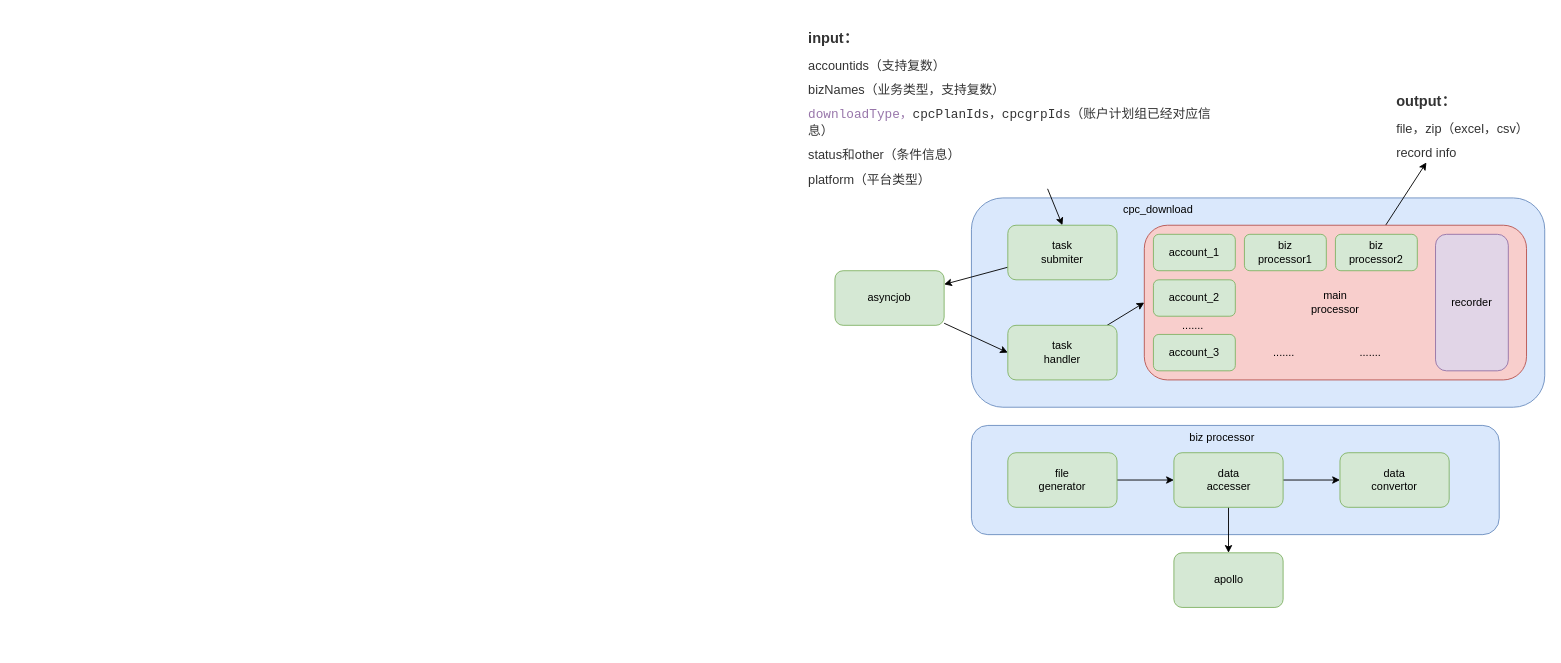
Before: 下载抽象模型.drawio in effyroth/drawio2, a draw.io diagram. Source tidied: cells renumbered, new cells numbered last; positions are measured from the earlier drawing's top-left corner, leaving out a move shared by most shapes. Both pictures are drawn from the tidied source at 91%, with x=0, y=0 at pixel (807, 15).
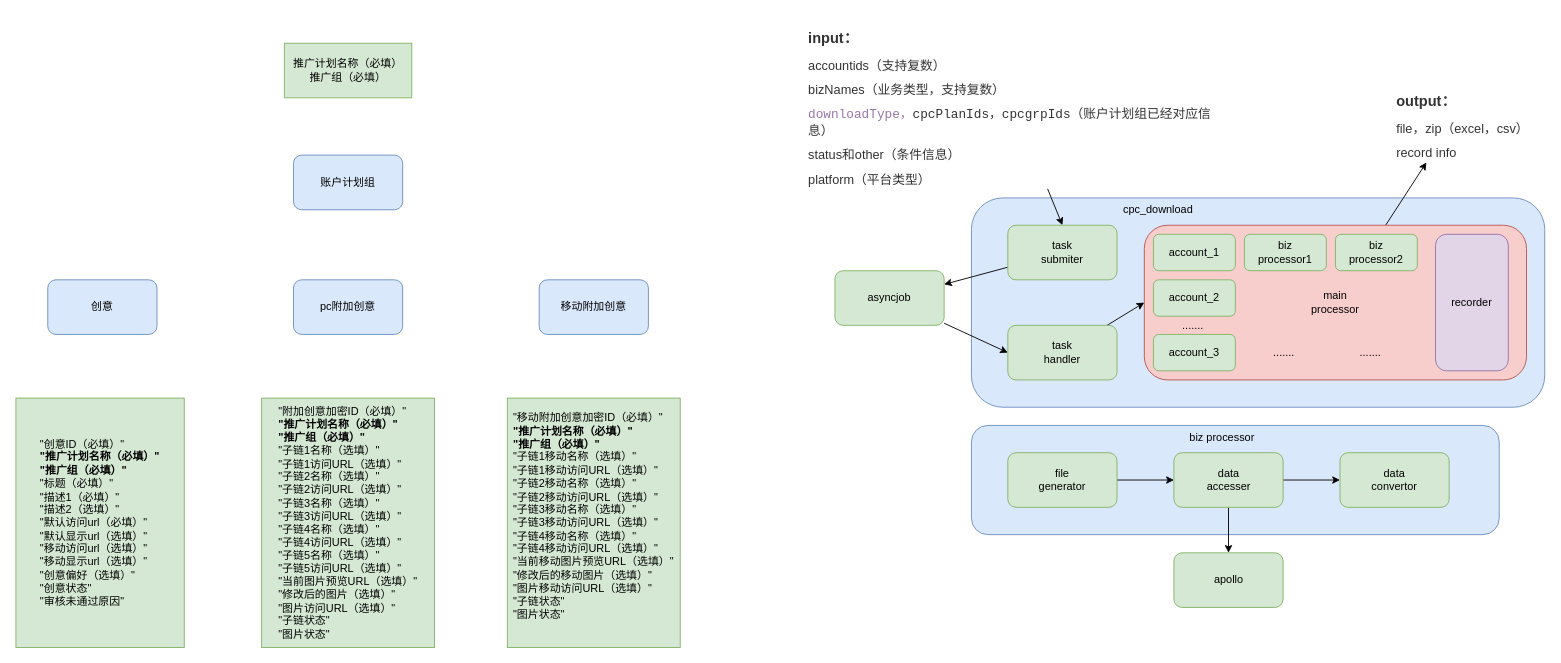
After the change.

Commit message:
Update 下载抽象模型.drawio

What changed in the source:
```diff
@@
+    <mxCell id="33" value="账户计划组" style="rounded=1;whiteSpace=wrap;html=1;fillColor=#dae8fc;strokeColor=#6c8ebf;" parent="1" vertex="1">
+      <mxGeometry x="-565" y="153" width="120" height="60" as="geometry" />
+    </mxCell>
+    <mxCell id="34" value="创意" style="rounded=1;whiteSpace=wrap;html=1;fillColor=#dae8fc;strokeColor=#6c8ebf;" parent="1" vertex="1">
+      <mxGeometry x="-835" y="290" width="120" height="60" as="geometry" />
+    </mxCell>
+    <mxCell id="35" value="pc附加创意" style="rounded=1;whiteSpace=wrap;html=1;fillColor=#dae8fc;strokeColor=#6c8ebf;" parent="1" vertex="1">
+      <mxGeometry x="-565" y="290" width="120" height="60" as="geometry" />
+    </mxCell>
+    <mxCell id="36" value="&lt;div&gt;推广计划名称（必填）&lt;/div&gt;&lt;div&gt;推广组（必填）&lt;/div&gt;" style="rounded=0;whiteSpace=wrap;html=1;fillColor=#d5e8d4;strokeColor=#82b366;" parent="1" vertex="1">
+      <mxGeometry x="-575" y="30" width="140" height="60" as="geometry" />
+    </mxCell>
+    <mxCell id="37" value="&lt;div style=&quot;text-align: left&quot;&gt;&lt;span style=&quot;white-space: nowrap&quot;&gt;&quot;创意ID（必填）&quot;&lt;/span&gt;&lt;/div&gt;&lt;div style=&quot;text-align: left&quot;&gt;&lt;span style=&quot;white-space: nowrap&quot;&gt;&lt;b&gt;&quot;推广计划名称（必填）&quot;&lt;/b&gt;&lt;/span&gt;&lt;/div&gt;&lt;div style=&quot;text-align: left&quot;&gt;&lt;span style=&quot;white-space: nowrap&quot;&gt;&lt;b&gt;&quot;推广组（必填）&quot;&lt;/b&gt;&lt;/span&gt;&lt;/div&gt;&lt;div style=&quot;text-align: left&quot;&gt;&lt;span style=&quot;white-space: nowrap&quot;&gt;&quot;标题（必填）&quot;&lt;/span&gt;&lt;/div&gt;&lt;div style=&quot;text-align: left&quot;&gt;&lt;span style=&quot;white-space: nowrap&quot;&gt;&quot;描述1（必填）&quot;&lt;/span&gt;&lt;/div&gt;&lt;div style=&quot;text-align: left&quot;&gt;&lt;span style=&quot;white-space: nowrap&quot;&gt;&quot;描述2（选填）&quot;&lt;/span&gt;&lt;/div&gt;&lt;div style=&quot;text-align: left&quot;&gt;&lt;span style=&quot;white-space: nowrap&quot;&gt;&quot;默认访问url（必填）&quot;&lt;/span&gt;&lt;/div&gt;&lt;div style=&quot;text-align: left&quot;&gt;&lt;span style=&quot;white-space: nowrap&quot;&gt;&quot;默认显示url（选填）&quot;&lt;/span&gt;&lt;/div&gt;&lt;div style=&quot;text-align: left&quot;&gt;&lt;span style=&quot;white-space: nowrap&quot;&gt;&quot;移动访问url（选填）&quot;&lt;/span&gt;&lt;/div&gt;&lt;div style=&quot;text-align: left&quot;&gt;&lt;span style=&quot;white-space: nowrap&quot;&gt;&quot;移动显示url（选填）&quot;&lt;/span&gt;&lt;/div&gt;&lt;div style=&quot;text-align: left&quot;&gt;&lt;span style=&quot;white-space: nowrap&quot;&gt;&quot;创意偏好（选填）&quot;&lt;/span&gt;&lt;/div&gt;&lt;div style=&quot;text-align: left&quot;&gt;&lt;span style=&quot;white-space: nowrap&quot;&gt;&quot;创意状态&quot;&lt;/span&gt;&lt;/div&gt;&lt;div style=&quot;text-align: left&quot;&gt;&lt;span style=&quot;white-space: nowrap&quot;&gt;&quot;审核未通过原因&quot;&lt;/span&gt;&lt;/div&gt;" style="rounded=0;whiteSpace=wrap;html=1;fillColor=#d5e8d4;strokeColor=#82b366;" parent="1" vertex="1">
+      <mxGeometry x="-870" y="420" width="185" height="274" as="geometry" />
+    </mxCell>
+    <mxCell id="38" value="&lt;div style=&quot;text-align: left&quot;&gt;&lt;span style=&quot;white-space: nowrap&quot;&gt;&quot;附加创意加密ID（必填）&quot;&lt;/span&gt;&lt;/div&gt;&lt;div style=&quot;text-align: left&quot;&gt;&lt;span style=&quot;white-space: nowrap&quot;&gt;&lt;b&gt;&quot;推广计划名称（必填）&quot;&lt;/b&gt;&lt;/span&gt;&lt;/div&gt;&lt;div style=&quot;text-align: left&quot;&gt;&lt;span style=&quot;white-space: nowrap&quot;&gt;&lt;b&gt;&quot;推广组（必填）&quot;&lt;/b&gt;&lt;/span&gt;&lt;/div&gt;&lt;div style=&quot;text-align: left&quot;&gt;&lt;span style=&quot;white-space: nowrap&quot;&gt;&quot;子链1名称（选填）&quot;&lt;/span&gt;&lt;/div&gt;&lt;div style=&quot;text-align: left&quot;&gt;&lt;span style=&quot;white-space: nowrap&quot;&gt;&quot;子链1访问URL（选填）&quot;&lt;/span&gt;&lt;/div&gt;&lt;div style=&quot;text-align: left&quot;&gt;&lt;span style=&quot;white-space: nowrap&quot;&gt;&quot;子链2名称（选填）&quot;&lt;/span&gt;&lt;/div&gt;&lt;div style=&quot;text-align: left&quot;&gt;&lt;span style=&quot;white-space: nowrap&quot;&gt;&quot;子链2访问URL（选填）&quot;&lt;/span&gt;&lt;/div&gt;&lt;div style=&quot;text-align: left&quot;&gt;&lt;span style=&quot;white-space: nowrap&quot;&gt;&quot;子链3名称（选填）&quot;&lt;/span&gt;&lt;/div&gt;&lt;div style=&quot;text-align: left&quot;&gt;&lt;span style=&quot;white-space: nowrap&quot;&gt;&quot;子链3访问URL（选填）&quot;&lt;/span&gt;&lt;/div&gt;&lt;div style=&quot;text-align: left&quot;&gt;&lt;span style=&quot;white-space: nowrap&quot;&gt;&quot;子链4名称（选填）&quot;&lt;/span&gt;&lt;/div&gt;&lt;div style=&quot;text-align: left&quot;&gt;&lt;span style=&quot;white-space: nowrap&quot;&gt;&quot;子链4访问URL（选填）&quot;&lt;/span&gt;&lt;/div&gt;&lt;div style=&quot;text-align: left&quot;&gt;&lt;span style=&quot;white-space: nowrap&quot;&gt;&quot;子链5名称（选填）&quot;&lt;/span&gt;&lt;/div&gt;&lt;div style=&quot;text-align: left&quot;&gt;&lt;span style=&quot;white-space: nowrap&quot;&gt;&quot;子链5访问URL（选填）&quot;&lt;/span&gt;&lt;/div&gt;&lt;div style=&quot;text-align: left&quot;&gt;&lt;span style=&quot;white-space: nowrap&quot;&gt;&quot;当前图片预览URL（选填）&quot;&lt;/span&gt;&lt;/div&gt;&lt;div style=&quot;text-align: left&quot;&gt;&lt;span style=&quot;white-space: nowrap&quot;&gt;&quot;修改后的图片（选填）&quot;&lt;/span&gt;&lt;/div&gt;&lt;div style=&quot;text-align: left&quot;&gt;&lt;span style=&quot;white-space: nowrap&quot;&gt;&quot;图片访问URL（选填）&quot;&lt;/span&gt;&lt;/div&gt;&lt;div style=&quot;text-align: left&quot;&gt;&lt;span style=&quot;white-space: nowrap&quot;&gt;&quot;子链状态&quot;&lt;/span&gt;&lt;/div&gt;&lt;div style=&quot;text-align: left&quot;&gt;&lt;span style=&quot;white-space: nowrap&quot;&gt;&quot;图片状态&quot;&lt;/span&gt;&lt;/div&gt;" style="rounded=0;whiteSpace=wrap;html=1;fillColor=#d5e8d4;strokeColor=#82b366;" parent="1" vertex="1">
+      <mxGeometry x="-600" y="420" width="190" height="274" as="geometry" />
+    </mxCell>
+    <mxCell id="39" value="&lt;div style=&quot;text-align: left&quot;&gt;&lt;div&gt;&quot;移动附加创意加密ID（必填）&quot;&lt;/div&gt;&lt;div&gt;&lt;b&gt;&quot;推广计划名称（必填）&quot;&lt;/b&gt;&lt;/div&gt;&lt;div&gt;&lt;b&gt;&quot;推广组（必填）&quot;&lt;/b&gt;&lt;/div&gt;&lt;div&gt;&quot;子链1移动名称（选填）&quot;&lt;/div&gt;&lt;div&gt;&quot;子链1移动访问URL（选填）&quot;&lt;/div&gt;&lt;div&gt;&quot;子链2移动名称（选填）&quot;&lt;/div&gt;&lt;div&gt;&quot;子链2移动访问URL（选填）&quot;&lt;/div&gt;&lt;div&gt;&quot;子链3移动名称（选填）&quot;&lt;/div&gt;&lt;div&gt;&quot;子链3移动访问URL（选填）&quot;&lt;/div&gt;&lt;div&gt;&quot;子链4移动名称（选填）&quot;&lt;/div&gt;&lt;div&gt;&quot;子链4移动访问URL（选填）&quot;&lt;/div&gt;&lt;div&gt;&quot;当前移动图片预览URL（选填）&quot;&lt;/div&gt;&lt;div&gt;&quot;修改后的移动图片（选填）&quot;&lt;/div&gt;&lt;div&gt;&quot;图片移动访问URL（选填）&quot;&lt;/div&gt;&lt;div&gt;&quot;子链状态&quot;&lt;/div&gt;&lt;div&gt;&quot;图片状态&quot;&lt;/div&gt;&lt;div&gt;&lt;br&gt;&lt;/div&gt;&lt;/div&gt;" style="rounded=0;whiteSpace=wrap;html=1;fillColor=#d5e8d4;strokeColor=#82b366;" parent="1" vertex="1">
+      <mxGeometry x="-330" y="420" width="190" height="274" as="geometry" />
+    </mxCell>
+    <mxCell id="40" value="移动附加创意" style="rounded=1;whiteSpace=wrap;html=1;fillColor=#dae8fc;strokeColor=#6c8ebf;" parent="1" vertex="1">
+      <mxGeometry x="-295" y="290" width="120" height="60" as="geometry" />
+    </mxCell>
```
